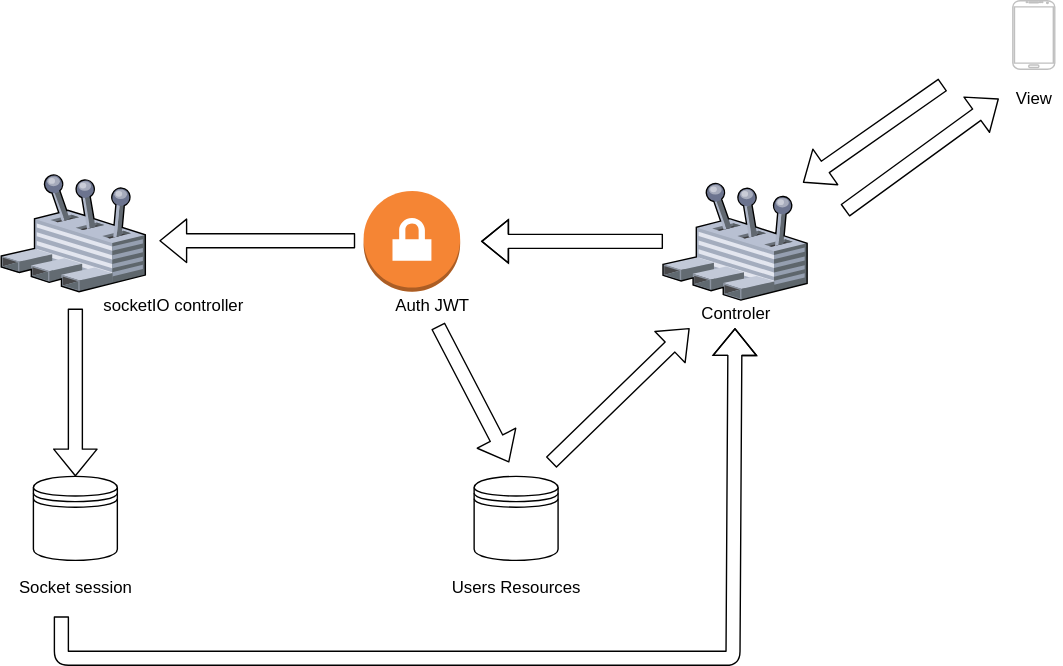
Above: chat-architecture.svg in harrisonho99/chat (draw.io), before the change. Source tidied: cells renumbered, new cells last; positions are measured from the earlier drawing's top-left corner, leaving out a move shared by most shapes.
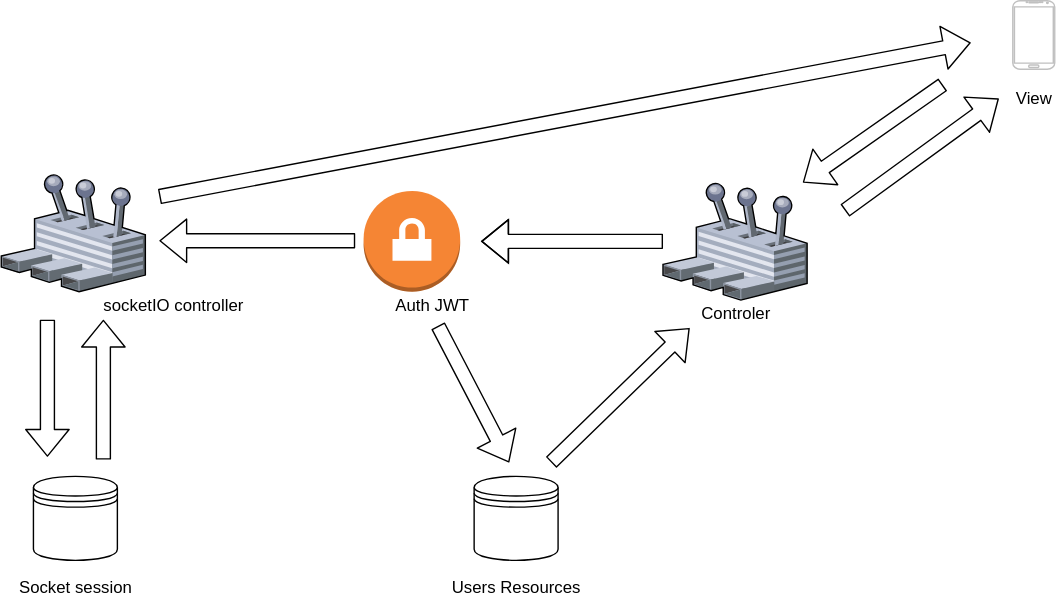
Later version of the same file.

Diff of the diagram source:
```diff
@@ -67,9 +67,10 @@
     <mxCell id="16" style="verticalLabelPosition=bottom;html=1;verticalAlign=top;strokeColor=none;align=center;shape=mxgraph.citrix.user_control;" parent="1" vertex="1">
       <mxGeometry y="124" width="103" height="84" as="geometry" />
     </mxCell>
-    <mxCell id="17" style="shape=flexArrow;endArrow=classic;html=1;" parent="1" edge="1" target="14">
+    <mxCell id="17" style="shape=flexArrow;endArrow=classic;html=1;" parent="1" edge="1">
       <mxGeometry relative="1" as="geometry">
-        <mxPoint x="53" y="220" as="sourcePoint" />
+        <mxPoint x="33" y="228" as="sourcePoint" />
+        <mxPoint x="33" y="326" as="targetPoint" />
       </mxGeometry>
     </mxCell>
     <mxCell id="18" value="socketIO controller&lt;br&gt;" style="text;html=1;align=center;verticalAlign=middle;strokeColor=none;" parent="1" vertex="1">
@@ -78,17 +79,20 @@
     <mxCell id="19" value="View&lt;br&gt;" style="text;html=1;align=center;verticalAlign=middle;strokeColor=none;" parent="1" vertex="1">
       <mxGeometry x="718" y="60" width="40" height="20" as="geometry" />
     </mxCell>
-    <mxCell id="20" style="shape=flexArrow;endArrow=classic;html=1;" parent="1" edge="1" target="5">
-      <mxGeometry relative="1" as="geometry">
-        <mxPoint x="43" y="440" as="sourcePoint" />
-        <Array as="points">
-          <mxPoint x="43" y="470" />
-          <mxPoint x="523" y="470" />
-        </Array>
-      </mxGeometry>
-    </mxCell>
     <mxCell id="21" style="verticalLabelPosition=bottom;verticalAlign=top;html=1;shadow=0;dashed=0;strokeWidth=1;shape=mxgraph.android.phone2;strokeColor=#c0c0c0;" parent="1" vertex="1">
       <mxGeometry x="723" width="30" height="49" as="geometry" />
     </mxCell>
+    <mxCell id="22" style="shape=flexArrow;endArrow=classic;html=1;" parent="1" edge="1">
+      <mxGeometry relative="1" as="geometry">
+        <mxPoint x="113" y="140" as="sourcePoint" />
+        <mxPoint x="693" y="30" as="targetPoint" />
+      </mxGeometry>
+    </mxCell>
+    <mxCell id="23" style="shape=flexArrow;endArrow=classic;html=1;" parent="1" edge="1">
+      <mxGeometry relative="1" as="geometry">
+        <mxPoint x="73" y="328" as="sourcePoint" />
+        <mxPoint x="73" y="228" as="targetPoint" />
+      </mxGeometry>
+    </mxCell>
   </root>
 </mxGraphModel>
```
